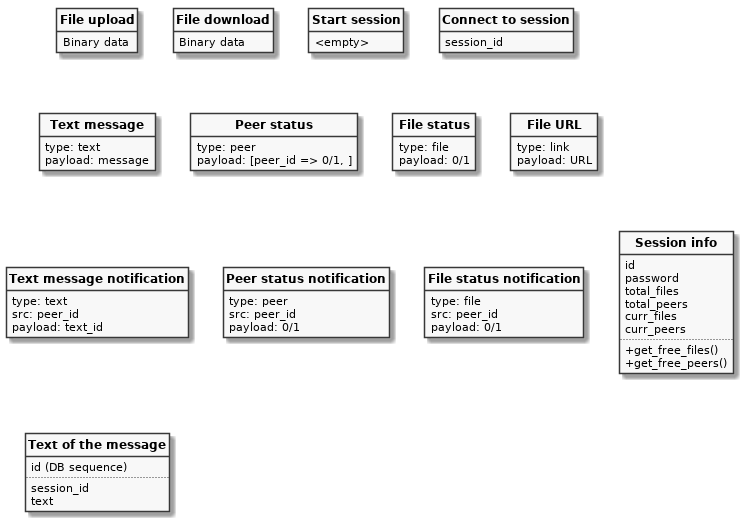
Earlier version of the PlantUML export arch/data_entities.png (zhmylove/vonf).
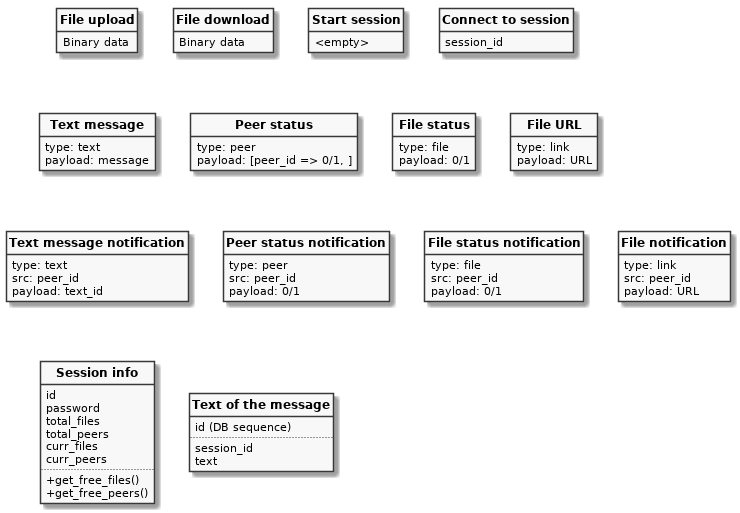
The same diagram one commit later.

Commit message:
Add data sequence diagram

What changed in the source:
```diff
@@ -48,6 +48,11 @@
  src: peer_id
  payload: 0/1
 }
+class "File notification" {
+ type: link
+ src: peer_id
+ payload: URL
+}
 class "Session info" {
  id
  password
```
